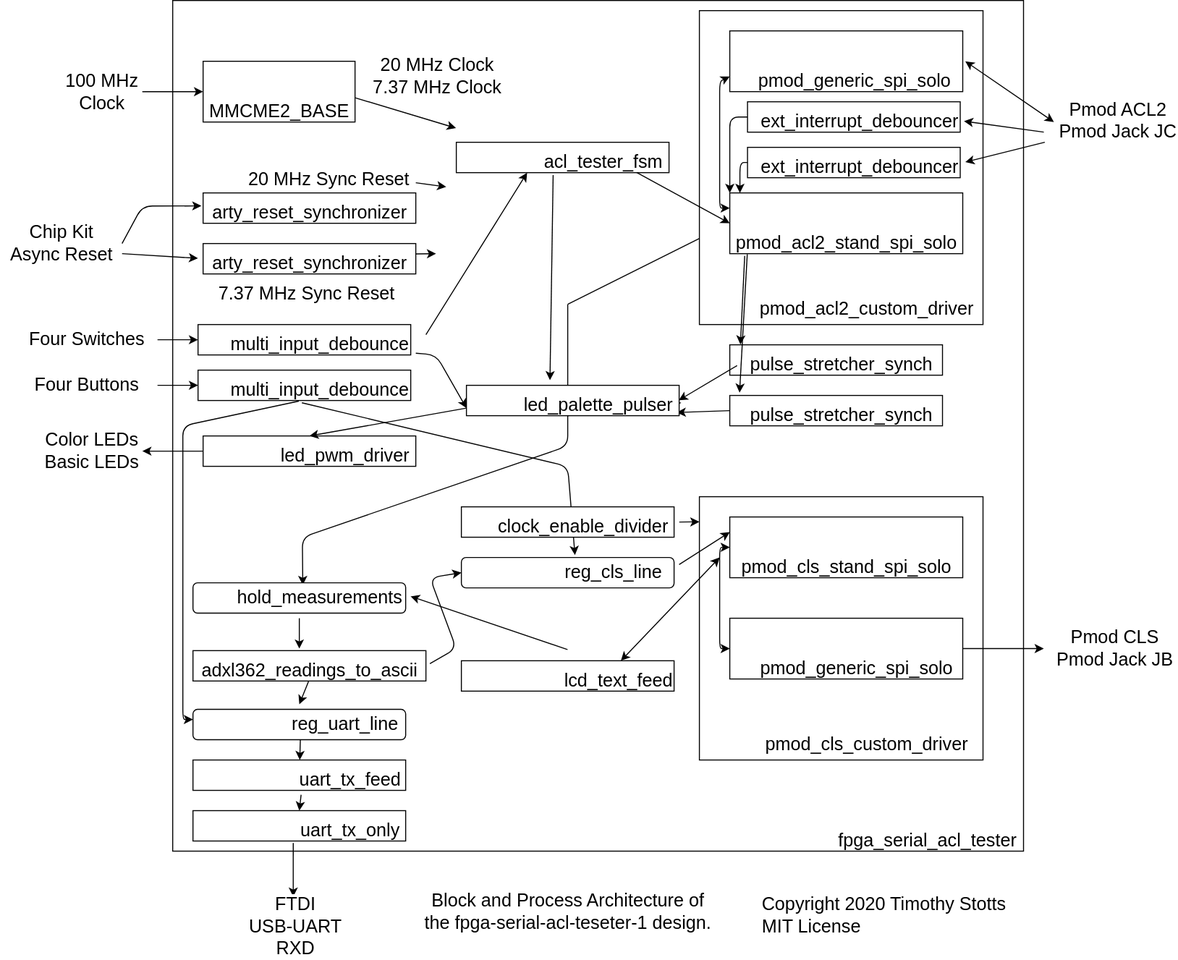
timothystotts/fpga-serial-acl-tester-1 keeps this draw.io diagram as ACL-Tester-Design-Documents/ACL-Tester-Design-Diagrams-Architecture 1.svg. Above is the earlier version. Source tidied: cells renumbered, new cells last; positions are measured from the earlier drawing's top-left corner, leaving out a move shared by most shapes.
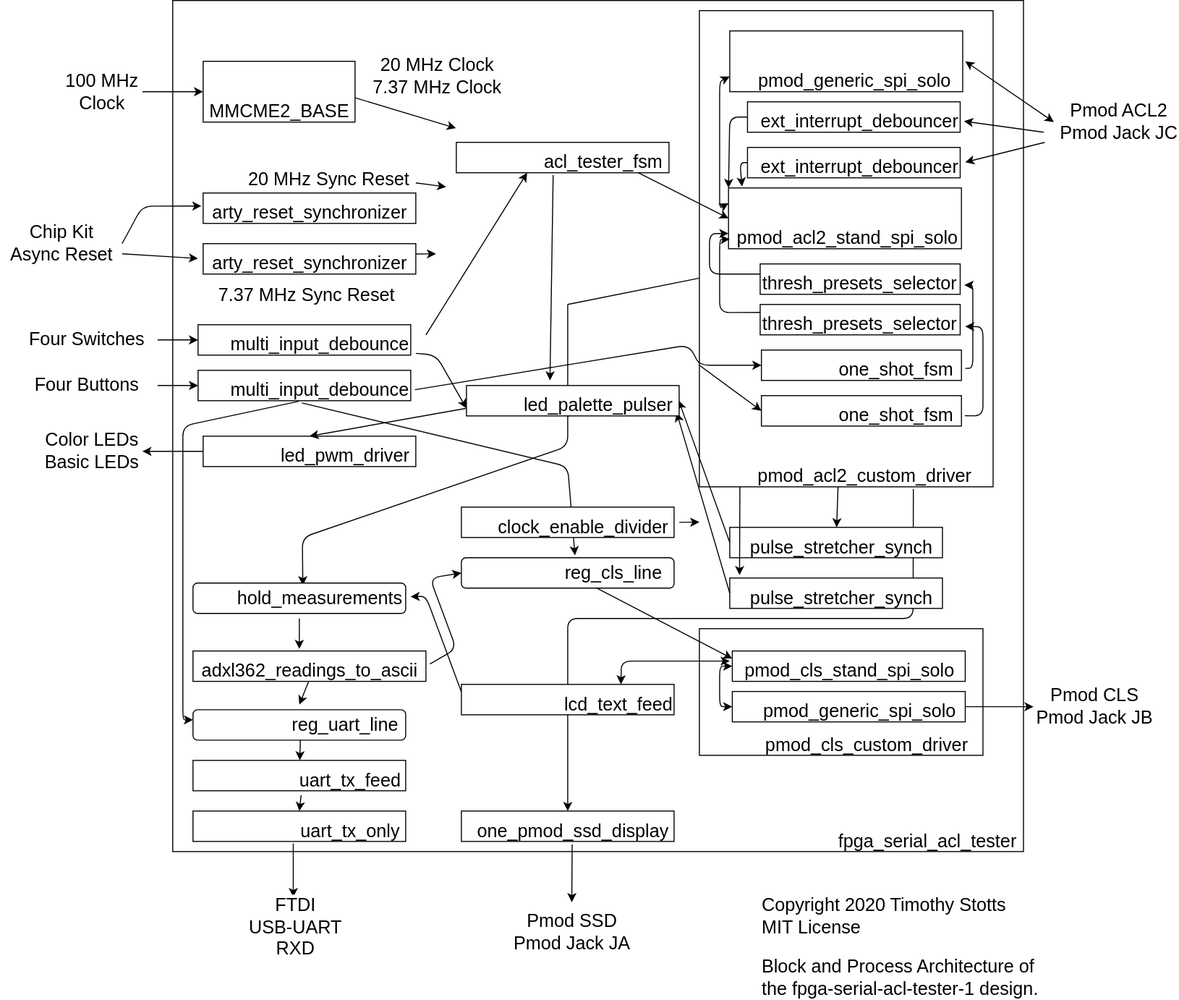
After the commit.

Commit message:
Commit of Revision 1B of the design diagrams for ACL Tester.

What changed in the source:
```diff
@@ -5,6 +5,14 @@
     <mxCell id="2" style="rounded=0;whiteSpace=wrap;html=1;" parent="1" vertex="1">
       <mxGeometry x="170" width="840" height="840" as="geometry" />
     </mxCell>
+    <mxCell id="106" style="endArrow=classic;html=1;exitX=0.712;exitY=1.114;exitDx=0;exitDy=0;exitPerimeter=0;entryX=0.5;entryY=0;entryDx=0;entryDy=0;" parent="1" edge="1" source="19" target="107">
+      <mxGeometry relative="1" as="geometry">
+        <Array as="points">
+          <mxPoint x="901" y="610" />
+          <mxPoint x="560" y="610" />
+        </Array>
+      </mxGeometry>
+    </mxCell>
     <mxCell id="3" style="endArrow=classic;html=1;exitX=0.408;exitY=1.11;exitDx=0;exitDy=0;exitPerimeter=0;entryX=0.534;entryY=-0.08;entryDx=0;entryDy=0;entryPerimeter=0;" parent="1" edge="1" source="80" target="98">
       <mxGeometry relative="1" as="geometry">
         <Array as="points">
@@ -55,16 +63,16 @@
       <mxGeometry x="270" y="440" width="140" height="20" as="geometry" />
     </mxCell>
     <mxCell id="18" style="rounded=0;whiteSpace=wrap;html=1;" parent="1" vertex="1">
-      <mxGeometry x="690" y="10" width="280" height="310" as="geometry" />
+      <mxGeometry x="690" y="10" width="290" height="470" as="geometry" />
     </mxCell>
     <mxCell id="19" value="&lt;font style=&quot;font-size: 18px&quot;&gt;pmod_acl2_custom_driver&lt;/font&gt;" style="text;html=1;align=center;verticalAlign=middle;points=[];fillColor=none;strokeColor=none;rounded=0;" parent="1" vertex="1">
-      <mxGeometry x="740" y="295" width="230" height="20" as="geometry" />
+      <mxGeometry x="737.5" y="460" width="230" height="20" as="geometry" />
     </mxCell>
     <mxCell id="20" style="rounded=0;whiteSpace=wrap;html=1;" parent="1" vertex="1">
-      <mxGeometry x="720" y="190" width="230" height="60" as="geometry" />
+      <mxGeometry x="718.8" y="185" width="230" height="60" as="geometry" />
     </mxCell>
     <mxCell id="21" value="&lt;font style=&quot;font-size: 18px&quot;&gt;pmod_acl2_stand_spi_solo&lt;/font&gt;" style="text;html=1;align=center;verticalAlign=middle;points=[];fillColor=none;strokeColor=none;rounded=0;" parent="1" vertex="1">
-      <mxGeometry x="720" y="230" width="230" height="20" as="geometry" />
+      <mxGeometry x="721.2" y="225" width="230" height="20" as="geometry" />
     </mxCell>
     <mxCell id="22" style="rounded=0;whiteSpace=wrap;html=1;" parent="1" vertex="1">
       <mxGeometry x="720" y="30" width="230" height="60" as="geometry" />
@@ -73,34 +81,34 @@
       <mxGeometry x="737.5" y="70" width="210" height="20" as="geometry" />
     </mxCell>
     <mxCell id="24" style="rounded=0;whiteSpace=wrap;html=1;" parent="1" vertex="1">
-      <mxGeometry x="690" y="490" width="280" height="260" as="geometry" />
+      <mxGeometry x="690" y="620" width="280" height="125" as="geometry" />
     </mxCell>
     <mxCell id="25" value="&lt;font style=&quot;font-size: 18px&quot;&gt;pmod_cls_custom_driver&lt;/font&gt;" style="text;html=1;align=center;verticalAlign=middle;fillColor=none;strokeColor=none;rounded=0;" parent="1" vertex="1">
       <mxGeometry x="745" y="725" width="220" height="20" as="geometry" />
     </mxCell>
     <mxCell id="26" style="rounded=0;whiteSpace=wrap;html=1;" parent="1" vertex="1">
-      <mxGeometry x="720" y="510" width="230" height="60" as="geometry" />
+      <mxGeometry x="722.5" y="642" width="230" height="30" as="geometry" />
     </mxCell>
     <mxCell id="27" value="&lt;font style=&quot;font-size: 18px&quot;&gt;pmod_cls_stand_spi_solo&lt;/font&gt;" style="text;html=1;align=center;verticalAlign=middle;fillColor=none;strokeColor=none;rounded=0;" parent="1" vertex="1">
-      <mxGeometry x="725" y="550" width="220" height="20" as="geometry" />
+      <mxGeometry x="727.5" y="652" width="220" height="20" as="geometry" />
     </mxCell>
     <mxCell id="28" style="rounded=0;whiteSpace=wrap;html=1;" parent="1" vertex="1">
-      <mxGeometry x="720" y="610" width="230" height="60" as="geometry" />
+      <mxGeometry x="722.5" y="682" width="230" height="30" as="geometry" />
     </mxCell>
     <mxCell id="29" value="&lt;font style=&quot;font-size: 18px&quot;&gt;pmod_generic_spi_solo&lt;/font&gt;" style="text;html=1;align=center;verticalAlign=middle;fillColor=none;strokeColor=none;rounded=0;" parent="1" vertex="1">
-      <mxGeometry x="740" y="650" width="210" height="20" as="geometry" />
+      <mxGeometry x="742.5" y="692" width="210" height="20" as="geometry" />
     </mxCell>
     <mxCell id="30" style="rounded=0;whiteSpace=wrap;html=1;" parent="1" vertex="1">
-      <mxGeometry x="720" y="340" width="210" height="30" as="geometry" />
+      <mxGeometry x="720" y="520" width="210" height="30" as="geometry" />
     </mxCell>
     <mxCell id="31" value="&lt;font style=&quot;font-size: 18px&quot;&gt;pulse_stretcher_synch&lt;/font&gt;" style="text;html=1;align=center;verticalAlign=middle;points=[];fillColor=none;strokeColor=none;rounded=0;" parent="1" vertex="1">
-      <mxGeometry x="730" y="350" width="200" height="20" as="geometry" />
+      <mxGeometry x="730" y="530" width="200" height="20" as="geometry" />
     </mxCell>
     <mxCell id="32" style="rounded=0;whiteSpace=wrap;html=1;" parent="1" vertex="1">
-      <mxGeometry x="720" y="390" width="210" height="30" as="geometry" />
+      <mxGeometry x="720" y="570" width="210" height="30" as="geometry" />
     </mxCell>
     <mxCell id="33" value="&lt;font style=&quot;font-size: 18px&quot;&gt;pulse_stretcher_synch&lt;/font&gt;" style="text;html=1;align=center;verticalAlign=middle;fillColor=none;strokeColor=none;rounded=0;" parent="1" vertex="1">
-      <mxGeometry x="730" y="400" width="200" height="20" as="geometry" />
+      <mxGeometry x="730" y="580" width="200" height="20" as="geometry" />
     </mxCell>
     <mxCell id="34" style="rounded=0;whiteSpace=wrap;html=1;" parent="1" vertex="1">
       <mxGeometry x="190" y="800" width="210" height="30" as="geometry" />
@@ -182,7 +190,7 @@
         <mxPoint x="-70" y="-70" as="offset" />
       </mxGeometry>
     </mxCell>
-    <mxCell id="49" style="endArrow=classic;html=1;exitX=-0.014;exitY=0.525;exitDx=0;exitDy=0;entryX=1.035;entryY=0.24;entryDx=0;entryDy=0;exitPerimeter=0;entryPerimeter=0;" parent="1" edge="1" source="31">
+    <mxCell id="49" style="endArrow=classic;html=1;exitX=0;exitY=0.5;exitDx=0;exitDy=0;entryX=1.035;entryY=0.24;entryDx=0;entryDy=0;entryPerimeter=0;" parent="1" edge="1" source="30">
       <mxGeometry relative="1" as="geometry">
         <mxPoint x="669.5" y="394.8" as="targetPoint" />
       </mxGeometry>
@@ -192,11 +200,13 @@
         <mxPoint x="667.6" y="406.8" as="targetPoint" />
       </mxGeometry>
     </mxCell>
-    <mxCell id="51" style="endArrow=classic;html=1;exitX=0.064;exitY=1.108;exitDx=0;exitDy=0;exitPerimeter=0;entryX=0.05;entryY=-0.011;entryDx=0;entryDy=0;entryPerimeter=0;" parent="1" edge="1" source="21" target="30">
+    <mxCell id="51" style="endArrow=classic;html=1;" parent="1" edge="1" source="18" target="30">
       <mxGeometry relative="1" as="geometry" />
     </mxCell>
-    <mxCell id="52" style="endArrow=classic;html=1;exitX=0.075;exitY=1.025;exitDx=0;exitDy=0;exitPerimeter=0;entryX=0.046;entryY=-0.094;entryDx=0;entryDy=0;entryPerimeter=0;" parent="1" edge="1" source="21" target="32">
-      <mxGeometry relative="1" as="geometry" />
+    <mxCell id="52" style="endArrow=classic;html=1;entryX=0.046;entryY=-0.094;entryDx=0;entryDy=0;entryPerimeter=0;" parent="1" edge="1" target="32">
+      <mxGeometry relative="1" as="geometry">
+        <mxPoint x="730" y="480" as="sourcePoint" />
+      </mxGeometry>
     </mxCell>
     <mxCell id="53" style="rounded=0;whiteSpace=wrap;html=1;" parent="1" vertex="1">
       <mxGeometry x="737.5" y="100" width="210" height="30" as="geometry" />
@@ -228,25 +238,24 @@
         </Array>
       </mxGeometry>
     </mxCell>
-    <mxCell id="60" style="endArrow=classic;html=1;exitX=0;exitY=0.5;exitDx=0;exitDy=0;" parent="1" edge="1" source="55">
+    <mxCell id="60" style="endArrow=classic;html=1;exitX=0;exitY=0.5;exitDx=0;exitDy=0;entryX=0.058;entryY=-0.023;entryDx=0;entryDy=0;entryPerimeter=0;" parent="1" edge="1" source="55" target="20">
       <mxGeometry relative="1" as="geometry">
-        <mxPoint x="730" y="190" as="targetPoint" />
         <Array as="points">
           <mxPoint x="730" y="160" />
         </Array>
       </mxGeometry>
     </mxCell>
     <mxCell id="61" value="&lt;font style=&quot;font-size: 18px&quot;&gt;Pmod CLS&lt;br&gt;Pmod Jack JB&lt;/font&gt;" style="endArrow=classic;html=1;exitX=1;exitY=0.5;exitDx=0;exitDy=0;" parent="1" edge="1" source="28">
-      <mxGeometry x="1" y="70" relative="1" as="geometry">
-        <mxPoint x="1030" y="640" as="targetPoint" />
-        <mxPoint x="70" y="70" as="offset" />
+      <mxGeometry x="1" y="60" relative="1" as="geometry">
+        <mxPoint x="1020" y="697" as="targetPoint" />
+        <mxPoint x="60" y="60" as="offset" />
       </mxGeometry>
     </mxCell>
     <mxCell id="62" style="endArrow=classic;startArrow=classic;html=1;entryX=0;entryY=0.5;entryDx=0;entryDy=0;exitX=0;exitY=0.5;exitDx=0;exitDy=0;" parent="1" edge="1" source="28" target="26">
       <mxGeometry relative="1" as="geometry">
         <Array as="points">
-          <mxPoint x="710" y="640" />
-          <mxPoint x="710" y="540" />
+          <mxPoint x="710" y="697" />
+          <mxPoint x="710" y="657" />
         </Array>
       </mxGeometry>
     </mxCell>
@@ -262,7 +271,10 @@
     </mxCell>
     <mxCell id="65" style="endArrow=classic;startArrow=classic;html=1;exitX=0.75;exitY=0;exitDx=0;exitDy=0;" parent="1" edge="1" source="96">
       <mxGeometry relative="1" as="geometry">
-        <mxPoint x="710" y="550" as="targetPoint" />
+        <mxPoint x="720" y="652" as="targetPoint" />
+        <Array as="points">
+          <mxPoint x="613" y="652" />
+        </Array>
       </mxGeometry>
     </mxCell>
     <mxCell id="66" style="endArrow=classic;html=1;entryX=0.408;entryY=-0.14;entryDx=0;entryDy=0;entryPerimeter=0;" parent="1" edge="1" target="102">
@@ -329,8 +341,8 @@
     <mxCell id="76" value="&lt;font style=&quot;font-size: 18px&quot;&gt;Chip Kit&lt;br&gt;Async Reset&lt;/font&gt;" style="text;html=1;align=center;verticalAlign=middle;fillColor=none;strokeColor=none;rounded=0;" parent="1" vertex="1">
       <mxGeometry y="220" width="120" height="40" as="geometry" />
     </mxCell>
-    <mxCell id="77" value="&lt;font style=&quot;font-size: 18px&quot;&gt;Block and Process Architecture of&lt;br&gt;the fpga-serial-acl-teseter-1 design.&lt;br&gt;&lt;/font&gt;" style="text;html=1;align=center;verticalAlign=middle;" parent="1" vertex="1">
-      <mxGeometry x="410" y="880" width="300" height="40" as="geometry" />
+    <mxCell id="77" value="&lt;div style=&quot;text-align: left&quot;&gt;&lt;span style=&quot;font-size: 18px&quot;&gt;Block and Process Architecture of&lt;/span&gt;&lt;/div&gt;&lt;font style=&quot;font-size: 18px&quot;&gt;&lt;div style=&quot;text-align: left&quot;&gt;&lt;span&gt;the fpga-serial-acl-tester-1 design.&lt;/span&gt;&lt;/div&gt;&lt;/font&gt;" style="text;html=1;align=center;verticalAlign=middle;" parent="1" vertex="1">
+      <mxGeometry x="742.5" y="950" width="290" height="30" as="geometry" />
     </mxCell>
     <mxCell id="78" value="&lt;font style=&quot;font-size: 18px&quot;&gt;Copyright 2020 Timothy Stotts&lt;br&gt;MIT License&lt;/font&gt;" style="text;html=1;align=left;verticalAlign=top;spacingTop=-4;" parent="1" vertex="1">
       <mxGeometry x="750" y="880" width="260" height="30" as="geometry" />
@@ -406,10 +418,10 @@
       </mxGeometry>
     </mxCell>
     <mxCell id="96" style="rounded=0;whiteSpace=wrap;html=1;" parent="1" vertex="1">
-      <mxGeometry x="455" y="652" width="210" height="30" as="geometry" />
+      <mxGeometry x="455" y="675" width="210" height="30" as="geometry" />
     </mxCell>
     <mxCell id="97" value="&lt;font style=&quot;font-size: 18px&quot;&gt;lcd_text_feed&lt;/font&gt;" style="text;html=1;align=center;verticalAlign=middle;fillColor=none;strokeColor=none;rounded=0;" parent="1" vertex="1">
-      <mxGeometry x="550" y="662" width="120" height="20" as="geometry" />
+      <mxGeometry x="550" y="685" width="120" height="20" as="geometry" />
     </mxCell>
     <mxCell id="98" style="rounded=1;whiteSpace=wrap;html=1;" parent="1" vertex="1">
       <mxGeometry x="455" y="550" width="210" height="30" as="geometry" />
@@ -417,10 +429,8 @@
     <mxCell id="99" value="&lt;font style=&quot;font-size: 18px&quot;&gt;reg_cls_line&lt;/font&gt;" style="text;html=1;align=center;verticalAlign=middle;fillColor=none;strokeColor=none;rounded=0;" parent="1" vertex="1">
       <mxGeometry x="550" y="555" width="110" height="20" as="geometry" />
     </mxCell>
-    <mxCell id="100" style="endArrow=classic;html=1;entryX=0;entryY=0.25;entryDx=0;entryDy=0;" parent="1" edge="1" target="26">
-      <mxGeometry relative="1" as="geometry">
-        <mxPoint x="670" y="557" as="sourcePoint" />
-      </mxGeometry>
+    <mxCell id="100" style="endArrow=classic;html=1;entryX=0;entryY=0.25;entryDx=0;entryDy=0;" parent="1" edge="1" source="98" target="26">
+      <mxGeometry relative="1" as="geometry" />
     </mxCell>
     <mxCell id="101" style="rounded=1;whiteSpace=wrap;html=1;" parent="1" vertex="1">
       <mxGeometry x="190" y="575" width="210" height="30" as="geometry" />
@@ -428,8 +438,12 @@
     <mxCell id="102" value="&lt;font style=&quot;font-size: 18px&quot;&gt;hold_measurements&lt;/font&gt;" style="text;html=1;align=center;verticalAlign=middle;points=[];fillColor=none;strokeColor=none;rounded=0;" parent="1" vertex="1">
       <mxGeometry x="225" y="580" width="180" height="20" as="geometry" />
     </mxCell>
-    <mxCell id="103" style="endArrow=classic;html=1;exitX=0.464;exitY=0.763;exitDx=0;exitDy=0;exitPerimeter=0;entryX=0.999;entryY=0.42;entryDx=0;entryDy=0;entryPerimeter=0;" parent="1" edge="1" source="2" target="102">
-      <mxGeometry relative="1" as="geometry" />
+    <mxCell id="103" style="endArrow=classic;html=1;exitX=0;exitY=0.25;exitDx=0;exitDy=0;entryX=0.999;entryY=0.42;entryDx=0;entryDy=0;entryPerimeter=0;" parent="1" edge="1" source="96" target="102">
+      <mxGeometry relative="1" as="geometry">
+        <Array as="points">
+          <mxPoint x="420" y="588" />
+        </Array>
+      </mxGeometry>
     </mxCell>
     <mxCell id="104" style="rounded=0;whiteSpace=wrap;html=1;" parent="1" vertex="1">
       <mxGeometry x="450" y="140" width="210" height="30" as="geometry" />
@@ -437,5 +451,86 @@
     <mxCell id="105" value="&lt;font style=&quot;font-size: 18px&quot;&gt;acl_tester_fsm&lt;/font&gt;" style="text;html=1;align=center;verticalAlign=middle;points=[];fillColor=none;strokeColor=none;rounded=0;" parent="1" vertex="1">
       <mxGeometry x="530" y="150" width="130" height="20" as="geometry" />
     </mxCell>
+    <mxCell id="107" style="rounded=0;whiteSpace=wrap;html=1;" parent="1" vertex="1">
+      <mxGeometry x="455" y="800" width="210" height="30" as="geometry" />
+    </mxCell>
+    <mxCell id="108" value="&lt;font style=&quot;font-size: 18px&quot;&gt;one_pmod_ssd_display&lt;/font&gt;" style="text;html=1;align=center;verticalAlign=middle;points=[];fillColor=none;strokeColor=none;rounded=0;" parent="1" vertex="1">
+      <mxGeometry x="465" y="810" width="200" height="20" as="geometry" />
+    </mxCell>
+    <mxCell id="109" value="&lt;font style=&quot;font-size: 18px&quot;&gt;Pmod SSD&lt;br&gt;Pmod Jack JA&lt;/font&gt;" style="endArrow=classic;html=1;exitX=0.497;exitY=1.15;exitDx=0;exitDy=0;exitPerimeter=0;" parent="1" edge="1" source="108">
+      <mxGeometry x="1" y="30" relative="1" as="geometry">
+        <mxPoint x="564" y="890" as="targetPoint" />
+        <mxPoint x="-30" y="30" as="offset" />
+      </mxGeometry>
+    </mxCell>
+    <mxCell id="110" style="rounded=0;whiteSpace=wrap;html=1;" parent="1" vertex="1">
+      <mxGeometry x="750" y="260" width="197.5" height="30" as="geometry" />
+    </mxCell>
+    <mxCell id="111" value="&lt;font style=&quot;font-size: 18px&quot;&gt;thresh_presets_selector&lt;/font&gt;" style="text;html=1;align=center;verticalAlign=middle;points=[];fillColor=none;strokeColor=none;rounded=0;" parent="1" vertex="1">
+      <mxGeometry x="742.5" y="270" width="210" height="20" as="geometry" />
+    </mxCell>
+    <mxCell id="112" style="rounded=0;whiteSpace=wrap;html=1;" parent="1" vertex="1">
+      <mxGeometry x="750" y="300" width="197.5" height="30" as="geometry" />
+    </mxCell>
+    <mxCell id="113" value="&lt;font style=&quot;font-size: 18px&quot;&gt;thresh_presets_selector&lt;/font&gt;" style="text;html=1;align=center;verticalAlign=middle;points=[];fillColor=none;strokeColor=none;rounded=0;" parent="1" vertex="1">
+      <mxGeometry x="742.5" y="310" width="210" height="20" as="geometry" />
+    </mxCell>
+    <mxCell id="114" style="rounded=0;whiteSpace=wrap;html=1;" parent="1" vertex="1">
+      <mxGeometry x="751.2" y="345" width="197.5" height="30" as="geometry" />
+    </mxCell>
+    <mxCell id="115" value="&lt;font style=&quot;font-size: 18px&quot;&gt;one_shot_fsm&lt;/font&gt;" style="text;html=1;align=center;verticalAlign=middle;points=[];fillColor=none;strokeColor=none;rounded=0;" parent="1" vertex="1">
+      <mxGeometry x="818.8" y="355" width="130" height="20" as="geometry" />
+    </mxCell>
+    <mxCell id="116" style="rounded=0;whiteSpace=wrap;html=1;" parent="1" vertex="1">
+      <mxGeometry x="751.2" y="390" width="197.5" height="30" as="geometry" />
+    </mxCell>
+    <mxCell id="117" value="&lt;font style=&quot;font-size: 18px&quot;&gt;one_shot_fsm&lt;/font&gt;" style="text;html=1;align=center;verticalAlign=middle;points=[];fillColor=none;strokeColor=none;rounded=0;" parent="1" vertex="1">
+      <mxGeometry x="818.8" y="400" width="130" height="20" as="geometry" />
+    </mxCell>
+    <mxCell id="118" style="endArrow=classic;html=1;exitX=0.036;exitY=0;exitDx=0;exitDy=0;exitPerimeter=0;entryX=0;entryY=0.75;entryDx=0;entryDy=0;" parent="1" edge="1" source="111" target="20">
+      <mxGeometry relative="1" as="geometry">
+        <Array as="points">
+          <mxPoint x="700" y="270" />
+          <mxPoint x="700" y="230" />
+        </Array>
+      </mxGeometry>
+    </mxCell>
+    <mxCell id="119" style="endArrow=classic;html=1;exitX=0.036;exitY=-0.109;exitDx=0;exitDy=0;exitPerimeter=0;entryX=0.005;entryY=0.843;entryDx=0;entryDy=0;entryPerimeter=0;" parent="1" edge="1" source="113" target="20">
+      <mxGeometry relative="1" as="geometry">
+        <Array as="points">
+          <mxPoint x="710" y="308" />
+          <mxPoint x="710" y="236" />
+        </Array>
+      </mxGeometry>
+    </mxCell>
+    <mxCell id="120" style="endArrow=classic;html=1;exitX=1.029;exitY=0.407;exitDx=0;exitDy=0;exitPerimeter=0;entryX=0.996;entryY=0.543;entryDx=0;entryDy=0;entryPerimeter=0;" parent="1" edge="1" source="115" target="111">
+      <mxGeometry relative="1" as="geometry">
+        <Array as="points">
+          <mxPoint x="960" y="363" />
+          <mxPoint x="960" y="281" />
+        </Array>
+      </mxGeometry>
+    </mxCell>
+    <mxCell id="121" style="endArrow=classic;html=1;exitX=1.026;exitY=0.489;exitDx=0;exitDy=0;exitPerimeter=0;" parent="1" edge="1" source="117" target="113">
+      <mxGeometry relative="1" as="geometry">
+        <Array as="points">
+          <mxPoint x="970" y="410" />
+          <mxPoint x="970" y="322" />
+        </Array>
+      </mxGeometry>
+    </mxCell>
+    <mxCell id="122" style="endArrow=classic;html=1;exitX=0.995;exitY=0.459;exitDx=0;exitDy=0;exitPerimeter=0;entryX=0;entryY=0.5;entryDx=0;entryDy=0;" parent="1" edge="1" source="80" target="114">
+      <mxGeometry relative="1" as="geometry">
+        <Array as="points">
+          <mxPoint x="680" y="340" />
+          <mxPoint x="690" y="360" />
+        </Array>
+      </mxGeometry>
+    </mxCell>
+    <mxCell id="123" style="endArrow=classic;html=1;entryX=0;entryY=0.5;entryDx=0;entryDy=0;" parent="1" edge="1" target="116">
+      <mxGeometry relative="1" as="geometry">
+        <mxPoint x="690" y="360" as="sourcePoint" />
+      </mxGeometry>
+    </mxCell>
   </root>
 </mxGraphModel>
```
